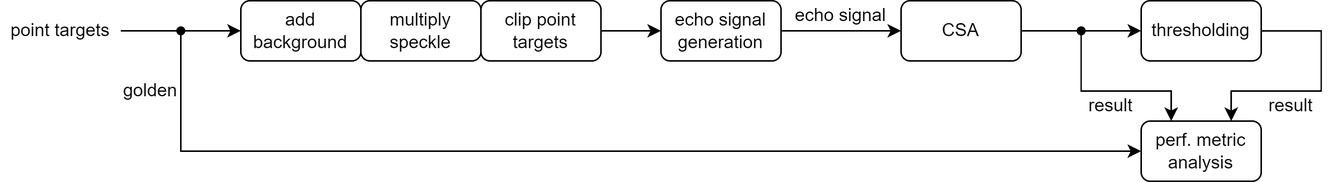
This is diagram/drawio/sim_flow.png from jentsechen/csa-sar-imaging, a draw.io export, as it was before one commit. Source tidied: cells renumbered, new cells last; positions are measured from the earlier drawing's top-left corner, leaving out a move shared by most shapes.
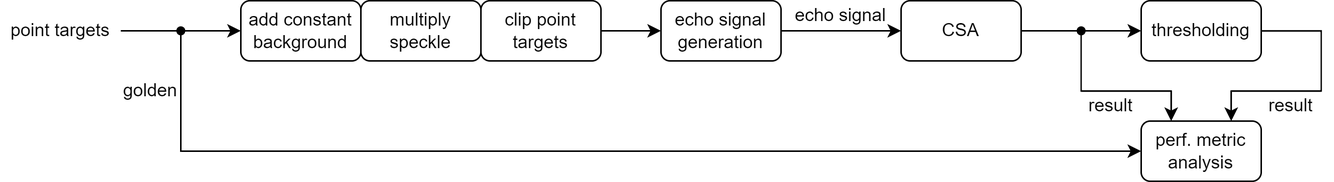
After the commit.

Diff of the diagram source:
```diff
@@ -2,7 +2,7 @@
   <root>
     <mxCell id="0" />
     <mxCell id="1" parent="0" />
-    <mxCell id="2" value="add background" style="rounded=1;whiteSpace=wrap;html=1;" parent="1" vertex="1">
+    <mxCell id="2" value="add constant background" style="rounded=1;whiteSpace=wrap;html=1;" parent="1" vertex="1">
       <mxGeometry x="160" width="80" height="40" as="geometry" />
     </mxCell>
     <mxCell id="3" style="endArrow=classic;html=1;rounded=0;entryX=0;entryY=0.5;entryDx=0;entryDy=0;exitX=1;exitY=0.5;exitDx=0;exitDy=0;" parent="1" edge="1" source="8" target="2">
```
